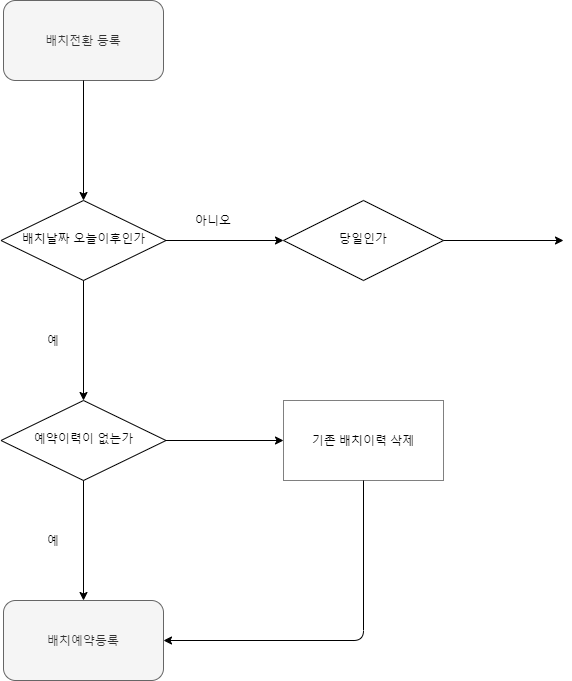
This is InsaSystem_Relocation.png from KONGNOBIN/Diagram, a draw.io export, as it was before one commit. Source tidied: cells renumbered, new cells last; positions are measured from the earlier drawing's top-left corner, leaving out a move shared by most shapes.
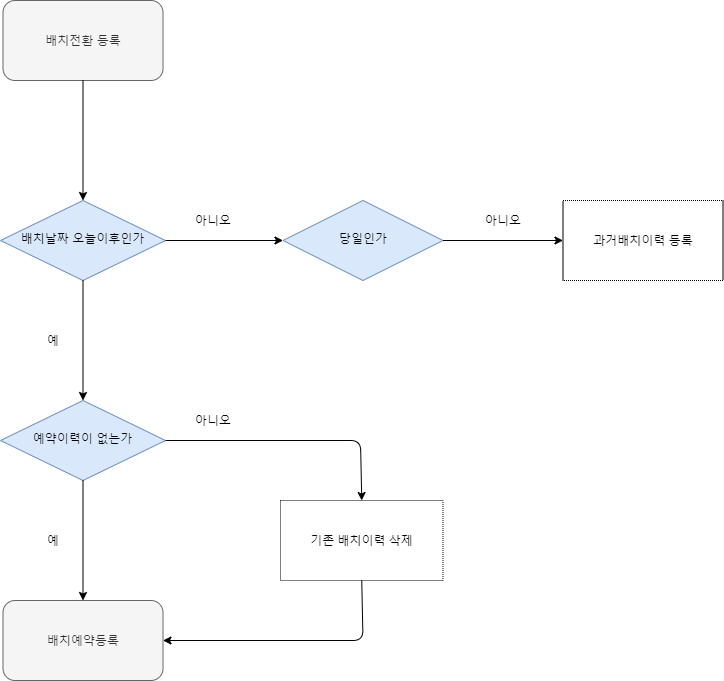
The same file after the commit.

Diff of the diagram source:
```diff
@@ -5,10 +5,10 @@
     <mxCell id="2" value="배치전환 등록" style="rounded=1;whiteSpace=wrap;html=1;fontSize=12;glass=0;strokeWidth=1;shadow=0;strokeColor=#666666;fillColor=#f5f5f5;fontColor=#333333;" parent="1" vertex="1">
       <mxGeometry x="2" width="160" height="80" as="geometry" />
     </mxCell>
-    <mxCell id="3" value="배치날짜 오늘이후인가" style="rhombus;whiteSpace=wrap;html=1;shadow=0;fontFamily=Helvetica;fontSize=12;align=center;strokeWidth=1;spacing=6;spacingTop=-4;" parent="1" vertex="1">
+    <mxCell id="3" value="배치날짜 오늘이후인가" style="rhombus;whiteSpace=wrap;html=1;shadow=0;fontFamily=Helvetica;fontSize=12;align=center;strokeWidth=1;spacing=6;spacingTop=-4;fillColor=#dae8fc;strokeColor=#6c8ebf;" parent="1" vertex="1">
       <mxGeometry x="-0.5" y="200" width="165" height="80" as="geometry" />
     </mxCell>
-    <mxCell id="4" value="예약이력이 없는가" style="rhombus;whiteSpace=wrap;html=1;shadow=0;fontFamily=Helvetica;fontSize=12;align=center;strokeWidth=1;spacing=6;spacingTop=-4;rounded=0;arcSize=20;" parent="1" vertex="1">
+    <mxCell id="4" value="예약이력이 없는가" style="rhombus;whiteSpace=wrap;html=1;shadow=0;fontFamily=Helvetica;fontSize=12;align=center;strokeWidth=1;spacing=6;spacingTop=-4;rounded=0;arcSize=20;fillColor=#dae8fc;strokeColor=#6c8ebf;" parent="1" vertex="1">
       <mxGeometry x="-0.5" y="400" width="165" height="80" as="geometry" />
     </mxCell>
     <mxCell id="5" style="endArrow=classic;html=1;exitX=0.5;exitY=1;exitDx=0;exitDy=0;entryX=0.5;entryY=0;entryDx=0;entryDy=0;" parent="1" edge="1" source="4" target="9">
@@ -29,17 +29,21 @@
     <mxCell id="10" style="endArrow=classic;html=1;entryX=0;entryY=0.5;entryDx=0;entryDy=0;" parent="1" edge="1" source="3" target="11">
       <mxGeometry relative="1" as="geometry" />
     </mxCell>
-    <mxCell id="11" value="당일인가" style="rhombus;whiteSpace=wrap;html=1;shadow=0;fontFamily=Helvetica;fontSize=12;align=center;strokeWidth=1;spacing=6;spacingTop=-4;" parent="1" vertex="1">
+    <mxCell id="11" value="당일인가" style="rhombus;whiteSpace=wrap;html=1;shadow=0;fontFamily=Helvetica;fontSize=12;align=center;strokeWidth=1;spacing=6;spacingTop=-4;fillColor=#dae8fc;strokeColor=#6c8ebf;" parent="1" vertex="1">
       <mxGeometry x="282" y="200" width="160" height="80" as="geometry" />
     </mxCell>
     <mxCell id="12" value="아니오" style="text;html=1;strokeColor=none;fillColor=none;align=center;verticalAlign=middle;whiteSpace=wrap;rounded=0;dashed=1;dashPattern=1 1;" parent="1" vertex="1">
       <mxGeometry x="192" y="210" width="40" height="20" as="geometry" />
     </mxCell>
     <mxCell id="13" value="기존 배치이력 삭제" style="rounded=0;whiteSpace=wrap;html=1;dashed=1;dashPattern=1 1;fillColor=#ffffff;gradientColor=#ffffff;" parent="1" vertex="1">
-      <mxGeometry x="282" y="400" width="160" height="80" as="geometry" />
+      <mxGeometry x="279.5" y="500" width="162.5" height="80" as="geometry" />
     </mxCell>
-    <mxCell id="14" style="endArrow=classic;html=1;exitX=1;exitY=0.5;exitDx=0;exitDy=0;entryX=0;entryY=0.5;entryDx=0;entryDy=0;" parent="1" edge="1" source="4" target="13">
-      <mxGeometry relative="1" as="geometry" />
+    <mxCell id="14" style="endArrow=classic;html=1;exitX=1;exitY=0.5;exitDx=0;exitDy=0;entryX=0.5;entryY=0;entryDx=0;entryDy=0;" parent="1" edge="1" source="4" target="13">
+      <mxGeometry relative="1" as="geometry">
+        <Array as="points">
+          <mxPoint x="359.5" y="440" />
+        </Array>
+      </mxGeometry>
     </mxCell>
     <mxCell id="15" style="endArrow=classic;html=1;exitX=0.5;exitY=1;exitDx=0;exitDy=0;entryX=1;entryY=0.5;entryDx=0;entryDy=0;" parent="1" edge="1" source="13" target="9">
       <mxGeometry relative="1" as="geometry">
@@ -56,5 +60,14 @@
         <mxPoint x="562" y="240" as="targetPoint" />
       </mxGeometry>
     </mxCell>
+    <mxCell id="18" value="아니오" style="text;html=1;strokeColor=none;fillColor=none;align=center;verticalAlign=middle;whiteSpace=wrap;rounded=0;dashed=1;dashPattern=1 1;" parent="1" vertex="1">
+      <mxGeometry x="192" y="410" width="40" height="20" as="geometry" />
+    </mxCell>
+    <mxCell id="19" value="아니오" style="text;html=1;strokeColor=none;fillColor=none;align=center;verticalAlign=middle;whiteSpace=wrap;rounded=0;dashed=1;dashPattern=1 1;" parent="1" vertex="1">
+      <mxGeometry x="482" y="210" width="40" height="20" as="geometry" />
+    </mxCell>
+    <mxCell id="20" value="과거배치이력 등록" style="rounded=0;whiteSpace=wrap;html=1;dashed=1;dashPattern=1 1;fillColor=#ffffff;gradientColor=#ffffff;" parent="1" vertex="1">
+      <mxGeometry x="562" y="200" width="160" height="80" as="geometry" />
+    </mxCell>
   </root>
 </mxGraphModel>
```
